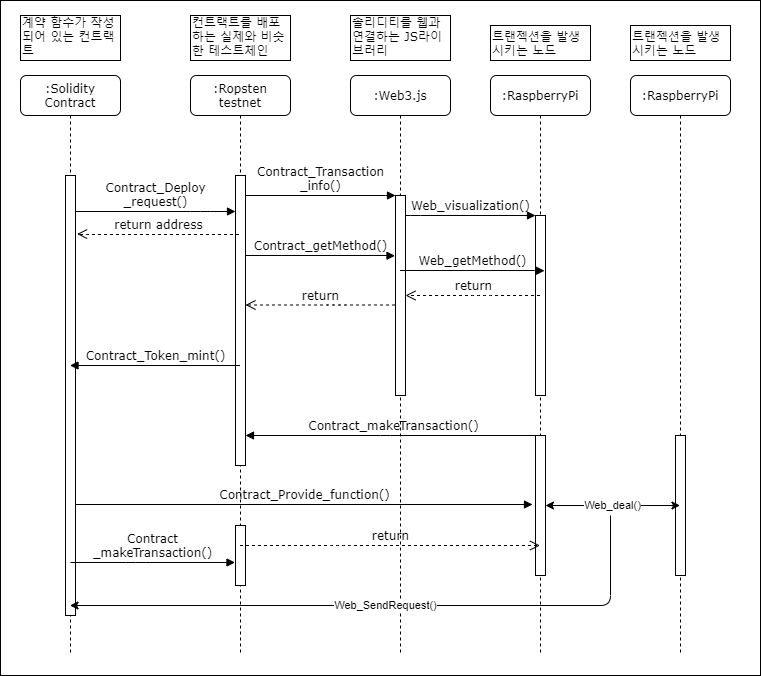
Above: diagram/Sequence Diagram.png in jangjh0601/blockchain_mask (draw.io), before the change. Source tidied: cells renumbered, new cells last; positions are measured from the earlier drawing's top-left corner, leaving out a move shared by most shapes.
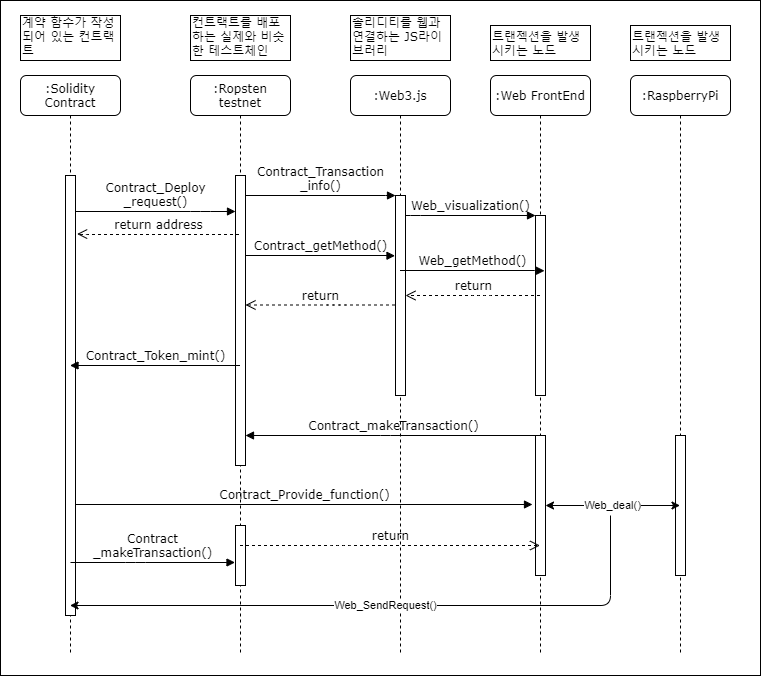
The same diagram one commit later.

Change to the diagram source:
```diff
@@ -20,7 +20,7 @@
     <mxCell id="7" style="html=1;points=[];perimeter=orthogonalPerimeter;rounded=0;shadow=0;comic=0;labelBackgroundColor=none;strokeWidth=1;fontFamily=Verdana;fontSize=12;align=center;" parent="6" vertex="1">
       <mxGeometry x="45" y="120" width="10" height="200" as="geometry" />
     </mxCell>
-    <mxCell id="8" value=":RaspberryPi" style="shape=umlLifeline;perimeter=lifelinePerimeter;whiteSpace=wrap;html=1;outlineConnect=0;rounded=1;shadow=0;comic=0;labelBackgroundColor=none;strokeWidth=1;fontFamily=Verdana;fontSize=12;align=center;" parent="1" vertex="1">
+    <mxCell id="8" value="&lt;span&gt;:Web FrontEnd&lt;/span&gt;" style="shape=umlLifeline;perimeter=lifelinePerimeter;whiteSpace=wrap;html=1;outlineConnect=0;rounded=1;shadow=0;comic=0;labelBackgroundColor=none;strokeWidth=1;fontFamily=Verdana;fontSize=12;align=center;" parent="1" vertex="1">
       <mxGeometry x="490" y="75" width="100" height="580" as="geometry" />
     </mxCell>
     <mxCell id="9" value=":Solidity Contract" style="shape=umlLifeline;perimeter=lifelinePerimeter;whiteSpace=wrap;html=1;outlineConnect=0;rounded=1;shadow=0;comic=0;labelBackgroundColor=none;strokeWidth=1;fontFamily=Verdana;fontSize=12;align=center;" parent="1" vertex="1">
```
